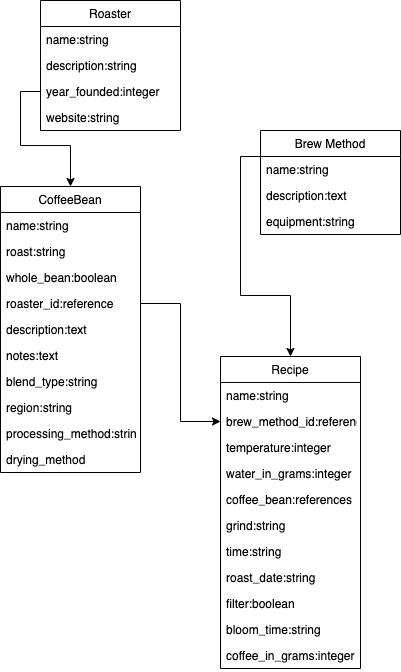
Earlier version of the draw.io export model-relationships.drawio.png (David-P-Molina/Barista-Companion-API). Source tidied: cells renumbered, new cells last; positions are measured from the earlier drawing's top-left corner, leaving out a move shared by most shapes. The source it was exported from:
```xml
<mxGraphModel>
  <root>
    <mxCell id="0" />
    <mxCell id="1" parent="0" />
    <mxCell id="2" style="edgeStyle=orthogonalEdgeStyle;rounded=0;jettySize=auto;html=1;exitX=0;exitY=0.25;exitDx=0;exitDy=0;entryX=0.5;entryY=0;entryDx=0;entryDy=0;" parent="1" edge="1" source="3" target="12">
      <mxGeometry relative="1" as="geometry" />
    </mxCell>
    <mxCell id="3" value="Brew Method" style="swimlane;fontStyle=0;horizontal=1;startSize=26;" parent="1" vertex="1">
      <mxGeometry x="260" y="130" width="140" height="104" as="geometry" />
    </mxCell>
    <mxCell id="4" value="name:string" style="text;strokeColor=none;fillColor=none;align=left;verticalAlign=top;spacingLeft=4;spacingRight=4;overflow=hidden;" parent="3" vertex="1">
      <mxGeometry y="26" width="140" height="26" as="geometry" />
    </mxCell>
    <mxCell id="5" value="description:text" style="text;strokeColor=none;fillColor=none;align=left;verticalAlign=top;spacingLeft=4;spacingRight=4;overflow=hidden;" parent="3" vertex="1">
      <mxGeometry y="52" width="140" height="26" as="geometry" />
    </mxCell>
    <mxCell id="6" value="equipment:string" style="text;strokeColor=none;fillColor=none;align=left;verticalAlign=top;spacingLeft=4;spacingRight=4;overflow=hidden;" parent="3" vertex="1">
      <mxGeometry y="78" width="140" height="26" as="geometry" />
    </mxCell>
    <mxCell id="7" value="Roaster" style="swimlane;fontStyle=0;horizontal=1;startSize=26;" parent="1" vertex="1">
      <mxGeometry x="40" width="140" height="130" as="geometry" />
    </mxCell>
    <mxCell id="8" value="name:string" style="text;strokeColor=none;fillColor=none;align=left;verticalAlign=top;spacingLeft=4;spacingRight=4;overflow=hidden;" parent="7" vertex="1">
      <mxGeometry y="26" width="140" height="26" as="geometry" />
    </mxCell>
    <mxCell id="9" value="description:string" style="text;strokeColor=none;fillColor=none;align=left;verticalAlign=top;spacingLeft=4;spacingRight=4;overflow=hidden;" parent="7" vertex="1">
      <mxGeometry y="52" width="140" height="26" as="geometry" />
    </mxCell>
    <mxCell id="10" value="year_founded:integer" style="text;strokeColor=none;fillColor=none;align=left;verticalAlign=top;spacingLeft=4;spacingRight=4;overflow=hidden;points=[[0,0.5],[1,0.5]];portConstraint=eastwest;" parent="7" vertex="1">
      <mxGeometry y="78" width="140" height="26" as="geometry" />
    </mxCell>
    <mxCell id="11" value="website:string" style="text;strokeColor=none;fillColor=none;align=left;verticalAlign=top;spacingLeft=4;spacingRight=4;overflow=hidden;" parent="7" vertex="1">
      <mxGeometry y="104" width="140" height="26" as="geometry" />
    </mxCell>
    <mxCell id="12" value="Recipe" style="swimlane;fontStyle=0;horizontal=1;startSize=26;" parent="1" vertex="1">
      <mxGeometry x="220" y="356" width="140" height="312" as="geometry" />
    </mxCell>
    <mxCell id="13" value="name:string" style="text;strokeColor=none;fillColor=none;align=left;verticalAlign=top;spacingLeft=4;spacingRight=4;overflow=hidden;" parent="12" vertex="1">
      <mxGeometry y="26" width="140" height="26" as="geometry" />
    </mxCell>
    <mxCell id="14" value="brew_method_id:reference" style="text;strokeColor=none;fillColor=none;align=left;verticalAlign=top;spacingLeft=4;spacingRight=4;overflow=hidden;points=[[0,0.5],[1,0.5]];portConstraint=eastwest;" parent="12" vertex="1">
      <mxGeometry y="52" width="140" height="26" as="geometry" />
    </mxCell>
    <mxCell id="15" value="temperature:integer" style="text;strokeColor=none;fillColor=none;align=left;verticalAlign=top;spacingLeft=4;spacingRight=4;overflow=hidden;" parent="12" vertex="1">
      <mxGeometry y="78" width="140" height="26" as="geometry" />
    </mxCell>
    <mxCell id="16" value="water_in_grams:integer" style="text;strokeColor=none;fillColor=none;align=left;verticalAlign=top;spacingLeft=4;spacingRight=4;overflow=hidden;" parent="12" vertex="1">
      <mxGeometry y="104" width="140" height="26" as="geometry" />
    </mxCell>
    <mxCell id="17" value="coffee_bean:references" style="text;strokeColor=none;fillColor=none;align=left;verticalAlign=top;spacingLeft=4;spacingRight=4;overflow=hidden;" parent="12" vertex="1">
      <mxGeometry y="130" width="140" height="26" as="geometry" />
    </mxCell>
    <mxCell id="18" value="grind:string" style="text;strokeColor=none;fillColor=none;align=left;verticalAlign=top;spacingLeft=4;spacingRight=4;overflow=hidden;" parent="12" vertex="1">
      <mxGeometry y="156" width="140" height="26" as="geometry" />
    </mxCell>
    <mxCell id="19" value="time:string" style="text;strokeColor=none;fillColor=none;align=left;verticalAlign=top;spacingLeft=4;spacingRight=4;overflow=hidden;" parent="12" vertex="1">
      <mxGeometry y="182" width="140" height="26" as="geometry" />
    </mxCell>
    <mxCell id="20" value="roast_date:string" style="text;strokeColor=none;fillColor=none;align=left;verticalAlign=top;spacingLeft=4;spacingRight=4;overflow=hidden;" parent="12" vertex="1">
      <mxGeometry y="208" width="140" height="26" as="geometry" />
    </mxCell>
    <mxCell id="21" value="filter:boolean" style="text;strokeColor=none;fillColor=none;align=left;verticalAlign=top;spacingLeft=4;spacingRight=4;overflow=hidden;" parent="12" vertex="1">
      <mxGeometry y="234" width="140" height="26" as="geometry" />
    </mxCell>
    <mxCell id="22" value="bloom_time:string" style="text;strokeColor=none;fillColor=none;align=left;verticalAlign=top;spacingLeft=4;spacingRight=4;overflow=hidden;" parent="12" vertex="1">
      <mxGeometry y="260" width="140" height="26" as="geometry" />
    </mxCell>
    <mxCell id="23" value="coffee_in_grams:integer" style="text;strokeColor=none;fillColor=none;align=left;verticalAlign=top;spacingLeft=4;spacingRight=4;overflow=hidden;" parent="12" vertex="1">
      <mxGeometry y="286" width="140" height="26" as="geometry" />
    </mxCell>
    <mxCell id="24" value="CoffeeBean" style="swimlane;fontStyle=0;horizontal=1;startSize=26;" parent="1" vertex="1">
      <mxGeometry y="186" width="140" height="286" as="geometry" />
    </mxCell>
    <mxCell id="25" value="name:string" style="text;strokeColor=none;fillColor=none;align=left;verticalAlign=top;spacingLeft=4;spacingRight=4;overflow=hidden;" parent="24" vertex="1">
      <mxGeometry y="26" width="140" height="26" as="geometry" />
    </mxCell>
    <mxCell id="26" value="roast:string" style="text;strokeColor=none;fillColor=none;align=left;verticalAlign=top;spacingLeft=4;spacingRight=4;overflow=hidden;" parent="24" vertex="1">
      <mxGeometry y="52" width="140" height="26" as="geometry" />
    </mxCell>
    <mxCell id="27" value="whole_bean:boolean" style="text;strokeColor=none;fillColor=none;align=left;verticalAlign=top;spacingLeft=4;spacingRight=4;overflow=hidden;" parent="24" vertex="1">
      <mxGeometry y="78" width="140" height="26" as="geometry" />
    </mxCell>
    <mxCell id="28" value="roaster_id:reference" style="text;strokeColor=none;fillColor=none;align=left;verticalAlign=top;spacingLeft=4;spacingRight=4;overflow=hidden;points=[[0,0.5],[1,0.5]];portConstraint=eastwest;" parent="24" vertex="1">
      <mxGeometry y="104" width="140" height="26" as="geometry" />
    </mxCell>
    <mxCell id="29" value="description:text" style="text;strokeColor=none;fillColor=none;align=left;verticalAlign=top;spacingLeft=4;spacingRight=4;overflow=hidden;" parent="24" vertex="1">
      <mxGeometry y="130" width="140" height="26" as="geometry" />
    </mxCell>
    <mxCell id="30" value="notes:text" style="text;strokeColor=none;fillColor=none;align=left;verticalAlign=top;spacingLeft=4;spacingRight=4;overflow=hidden;" parent="24" vertex="1">
      <mxGeometry y="156" width="140" height="26" as="geometry" />
    </mxCell>
    <mxCell id="31" value="blend_type:string" style="text;strokeColor=none;fillColor=none;align=left;verticalAlign=top;spacingLeft=4;spacingRight=4;overflow=hidden;" parent="24" vertex="1">
      <mxGeometry y="182" width="140" height="26" as="geometry" />
    </mxCell>
    <mxCell id="32" value="region:string" style="text;strokeColor=none;fillColor=none;align=left;verticalAlign=top;spacingLeft=4;spacingRight=4;overflow=hidden;" parent="24" vertex="1">
      <mxGeometry y="208" width="140" height="26" as="geometry" />
    </mxCell>
    <mxCell id="33" value="processing_method:string" style="text;strokeColor=none;fillColor=none;align=left;verticalAlign=top;spacingLeft=4;spacingRight=4;overflow=hidden;" parent="24" vertex="1">
      <mxGeometry y="234" width="140" height="26" as="geometry" />
    </mxCell>
    <mxCell id="34" value="drying_method" style="text;strokeColor=none;fillColor=none;align=left;verticalAlign=top;spacingLeft=4;spacingRight=4;overflow=hidden;" parent="24" vertex="1">
      <mxGeometry y="260" width="140" height="26" as="geometry" />
    </mxCell>
    <mxCell id="35" style="edgeStyle=orthogonalEdgeStyle;rounded=0;jettySize=auto;html=1;exitX=1;exitY=0.5;exitDx=0;exitDy=0;entryX=0;entryY=0.5;entryDx=0;entryDy=0;" parent="1" edge="1" source="28" target="14">
      <mxGeometry relative="1" as="geometry" />
    </mxCell>
    <mxCell id="36" style="edgeStyle=orthogonalEdgeStyle;rounded=0;jettySize=auto;html=1;exitX=0;exitY=0.5;exitDx=0;exitDy=0;" parent="1" edge="1" source="10" target="24">
      <mxGeometry relative="1" as="geometry" />
    </mxCell>
  </root>
</mxGraphModel>
```
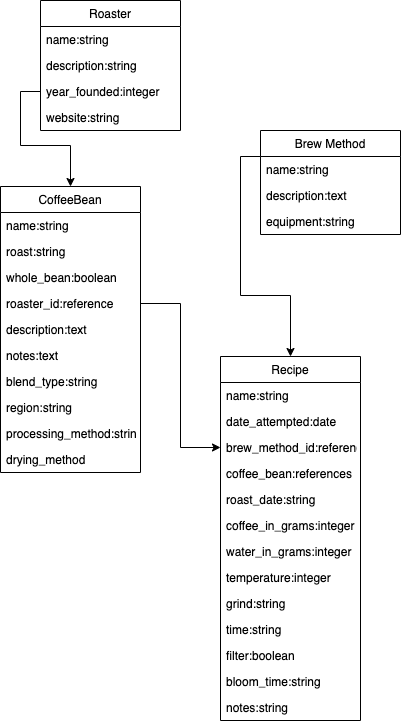
After the change.

Commit message:
Add date_attempted column to db

The edit, as a diff of the source:
```diff
@@ -33,41 +33,47 @@
       <mxGeometry y="104" width="140" height="26" as="geometry" />
     </mxCell>
     <mxCell id="12" value="Recipe" style="swimlane;fontStyle=0;horizontal=1;startSize=26;" parent="1" vertex="1">
-      <mxGeometry x="220" y="356" width="140" height="312" as="geometry" />
+      <mxGeometry x="220" y="356" width="140" height="364" as="geometry" />
     </mxCell>
     <mxCell id="13" value="name:string" style="text;strokeColor=none;fillColor=none;align=left;verticalAlign=top;spacingLeft=4;spacingRight=4;overflow=hidden;" parent="12" vertex="1">
       <mxGeometry y="26" width="140" height="26" as="geometry" />
     </mxCell>
+    <mxCell id="37" value="date_attempted:date" style="text;strokeColor=none;fillColor=none;align=left;verticalAlign=top;spacingLeft=4;spacingRight=4;overflow=hidden;" parent="12" vertex="1">
+      <mxGeometry y="52" width="140" height="26" as="geometry" />
+    </mxCell>
     <mxCell id="14" value="brew_method_id:reference" style="text;strokeColor=none;fillColor=none;align=left;verticalAlign=top;spacingLeft=4;spacingRight=4;overflow=hidden;points=[[0,0.5],[1,0.5]];portConstraint=eastwest;" parent="12" vertex="1">
-      <mxGeometry y="52" width="140" height="26" as="geometry" />
+      <mxGeometry y="78" width="140" height="26" as="geometry" />
     </mxCell>
+    <mxCell id="17" value="coffee_bean:references" style="text;strokeColor=none;fillColor=none;align=left;verticalAlign=top;spacingLeft=4;spacingRight=4;overflow=hidden;" parent="12" vertex="1">
+      <mxGeometry y="104" width="140" height="26" as="geometry" />
+    </mxCell>
+    <mxCell id="20" value="roast_date:string" style="text;strokeColor=none;fillColor=none;align=left;verticalAlign=top;spacingLeft=4;spacingRight=4;overflow=hidden;" parent="12" vertex="1">
+      <mxGeometry y="130" width="140" height="26" as="geometry" />
+    </mxCell>
+    <mxCell id="23" value="coffee_in_grams:integer" style="text;strokeColor=none;fillColor=none;align=left;verticalAlign=top;spacingLeft=4;spacingRight=4;overflow=hidden;" parent="12" vertex="1">
+      <mxGeometry y="156" width="140" height="26" as="geometry" />
+    </mxCell>
+    <mxCell id="16" value="water_in_grams:integer" style="text;strokeColor=none;fillColor=none;align=left;verticalAlign=top;spacingLeft=4;spacingRight=4;overflow=hidden;" parent="12" vertex="1">
+      <mxGeometry y="182" width="140" height="26" as="geometry" />
+    </mxCell>
     <mxCell id="15" value="temperature:integer" style="text;strokeColor=none;fillColor=none;align=left;verticalAlign=top;spacingLeft=4;spacingRight=4;overflow=hidden;" parent="12" vertex="1">
-      <mxGeometry y="78" width="140" height="26" as="geometry" />
+      <mxGeometry y="208" width="140" height="26" as="geometry" />
     </mxCell>
-    <mxCell id="16" value="water_in_grams:integer" style="text;strokeColor=none;fillColor=none;align=left;verticalAlign=top;spacingLeft=4;spacingRight=4;overflow=hidden;" parent="12" vertex="1">
-      <mxGeometry y="104" width="140" height="26" as="geometry" />
-    </mxCell>
-    <mxCell id="17" value="coffee_bean:references" style="text;strokeColor=none;fillColor=none;align=left;verticalAlign=top;spacingLeft=4;spacingRight=4;overflow=hidden;" parent="12" vertex="1">
-      <mxGeometry y="130" width="140" height="26" as="geometry" />
-    </mxCell>
     <mxCell id="18" value="grind:string" style="text;strokeColor=none;fillColor=none;align=left;verticalAlign=top;spacingLeft=4;spacingRight=4;overflow=hidden;" parent="12" vertex="1">
-      <mxGeometry y="156" width="140" height="26" as="geometry" />
+      <mxGeometry y="234" width="140" height="26" as="geometry" />
     </mxCell>
     <mxCell id="19" value="time:string" style="text;strokeColor=none;fillColor=none;align=left;verticalAlign=top;spacingLeft=4;spacingRight=4;overflow=hidden;" parent="12" vertex="1">
-      <mxGeometry y="182" width="140" height="26" as="geometry" />
+      <mxGeometry y="260" width="140" height="26" as="geometry" />
     </mxCell>
-    <mxCell id="20" value="roast_date:string" style="text;strokeColor=none;fillColor=none;align=left;verticalAlign=top;spacingLeft=4;spacingRight=4;overflow=hidden;" parent="12" vertex="1">
-      <mxGeometry y="208" width="140" height="26" as="geometry" />
-    </mxCell>
     <mxCell id="21" value="filter:boolean" style="text;strokeColor=none;fillColor=none;align=left;verticalAlign=top;spacingLeft=4;spacingRight=4;overflow=hidden;" parent="12" vertex="1">
-      <mxGeometry y="234" width="140" height="26" as="geometry" />
+      <mxGeometry y="286" width="140" height="26" as="geometry" />
     </mxCell>
     <mxCell id="22" value="bloom_time:string" style="text;strokeColor=none;fillColor=none;align=left;verticalAlign=top;spacingLeft=4;spacingRight=4;overflow=hidden;" parent="12" vertex="1">
-      <mxGeometry y="260" width="140" height="26" as="geometry" />
+      <mxGeometry y="312" width="140" height="26" as="geometry" />
     </mxCell>
-    <mxCell id="23" value="coffee_in_grams:integer" style="text;strokeColor=none;fillColor=none;align=left;verticalAlign=top;spacingLeft=4;spacingRight=4;overflow=hidden;" parent="12" vertex="1">
-      <mxGeometry y="286" width="140" height="26" as="geometry" />
-    </mxCell>
+    <mxCell id="38" value="notes:string" style="text;strokeColor=none;fillColor=none;align=left;verticalAlign=top;spacingLeft=4;spacingRight=4;overflow=hidden;" parent="12" vertex="1">
+      <mxGeometry y="338" width="140" height="26" as="geometry" />
+    </mxCell>
     <mxCell id="24" value="CoffeeBean" style="swimlane;fontStyle=0;horizontal=1;startSize=26;" parent="1" vertex="1">
       <mxGeometry y="186" width="140" height="286" as="geometry" />
     </mxCell>
```
